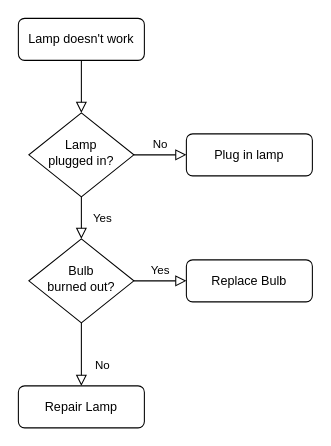
Earlier version of the draw.io diagram 档案.drawio (SugarHeartEgg/Timing-diagram). Source tidied: cells renumbered, new cells numbered last; positions are measured from the earlier drawing's top-left corner, leaving out a move shared by most shapes. Both pictures are drawn from the tidied source at 105%, with x=0, y=0 at pixel (18, 18).
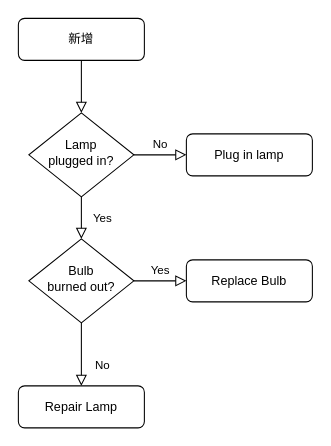
The same diagram, later.

Diff of the diagram source:
```diff
@@
 <mxGraphModel>
   <root>
     <mxCell id="0" />
     <mxCell id="1" parent="0" />
     <mxCell id="2" style="rounded=0;html=1;jettySize=auto;fontSize=11;endArrow=block;endFill=0;endSize=8;strokeWidth=1;shadow=0;labelBackgroundColor=none;edgeStyle=orthogonalEdgeStyle;" parent="1" edge="1" source="3" target="6">
       <mxGeometry relative="1" as="geometry" />
     </mxCell>
-    <mxCell id="3" value="Lamp doesn't work" style="rounded=1;whiteSpace=wrap;html=1;fontSize=12;glass=0;strokeWidth=1;shadow=0;" parent="1" vertex="1">
+    <mxCell id="3" value="新增" style="rounded=1;whiteSpace=wrap;html=1;fontSize=12;glass=0;strokeWidth=1;shadow=0;" parent="1" vertex="1">
       <mxGeometry width="120" height="40" as="geometry" />
     </mxCell>
     <mxCell id="4" value="Yes" style="rounded=0;html=1;jettySize=auto;fontSize=11;endArrow=block;endFill=0;endSize=8;strokeWidth=1;shadow=0;labelBackgroundColor=none;edgeStyle=orthogonalEdgeStyle;" parent="1" edge="1" source="6" target="10">
       <mxGeometry y="20" relative="1" as="geometry" />
     </mxCell>
     <mxCell id="5" value="No" style="edgeStyle=orthogonalEdgeStyle;rounded=0;html=1;jettySize=auto;fontSize=11;endArrow=block;endFill=0;endSize=8;strokeWidth=1;shadow=0;labelBackgroundColor=none;" parent="1" edge="1" source="6" target="7">
       <mxGeometry y="10" relative="1" as="geometry" />
     </mxCell>
     <mxCell id="6" value="Lamp&lt;br&gt;plugged in?" style="rhombus;whiteSpace=wrap;html=1;shadow=0;fontFamily=Helvetica;fontSize=12;align=center;strokeWidth=1;spacing=6;spacingTop=-4;" parent="1" vertex="1">
       <mxGeometry x="10" y="90" width="100" height="80" as="geometry" />
     </mxCell>
     <mxCell id="7" value="Plug in lamp" style="rounded=1;whiteSpace=wrap;html=1;fontSize=12;glass=0;strokeWidth=1;shadow=0;" parent="1" vertex="1">
       <mxGeometry x="160" y="110" width="120" height="40" as="geometry" />
     </mxCell>
     <mxCell id="8" value="No" style="rounded=0;html=1;jettySize=auto;fontSize=11;endArrow=block;endFill=0;endSize=8;strokeWidth=1;shadow=0;labelBackgroundColor=none;edgeStyle=orthogonalEdgeStyle;" parent="1" edge="1" source="10" target="11">
       <mxGeometry x="0.33" y="20" relative="1" as="geometry" />
     </mxCell>
     <mxCell id="9" value="Yes" style="edgeStyle=orthogonalEdgeStyle;rounded=0;html=1;jettySize=auto;fontSize=11;endArrow=block;endFill=0;endSize=8;strokeWidth=1;shadow=0;labelBackgroundColor=none;" parent="1" edge="1" source="10" target="12">
       <mxGeometry y="10" relative="1" as="geometry" />
     </mxCell>
     <mxCell id="10" value="Bulb&lt;br&gt;burned out?" style="rhombus;whiteSpace=wrap;html=1;shadow=0;fontFamily=Helvetica;fontSize=12;align=center;strokeWidth=1;spacing=6;spacingTop=-4;" parent="1" vertex="1">
       <mxGeometry x="10" y="210" width="100" height="80" as="geometry" />
     </mxCell>
     <mxCell id="11" value="Repair Lamp" style="rounded=1;whiteSpace=wrap;html=1;fontSize=12;glass=0;strokeWidth=1;shadow=0;" parent="1" vertex="1">
       <mxGeometry y="350" width="120" height="40" as="geometry" />
     </mxCell>
     <mxCell id="12" value="Replace Bulb" style="rounded=1;whiteSpace=wrap;html=1;fontSize=12;glass=0;strokeWidth=1;shadow=0;" parent="1" vertex="1">
       <mxGeometry x="160" y="230" width="120" height="40" as="geometry" />
     </mxCell>
   </root>
 </mxGraphModel>
```
